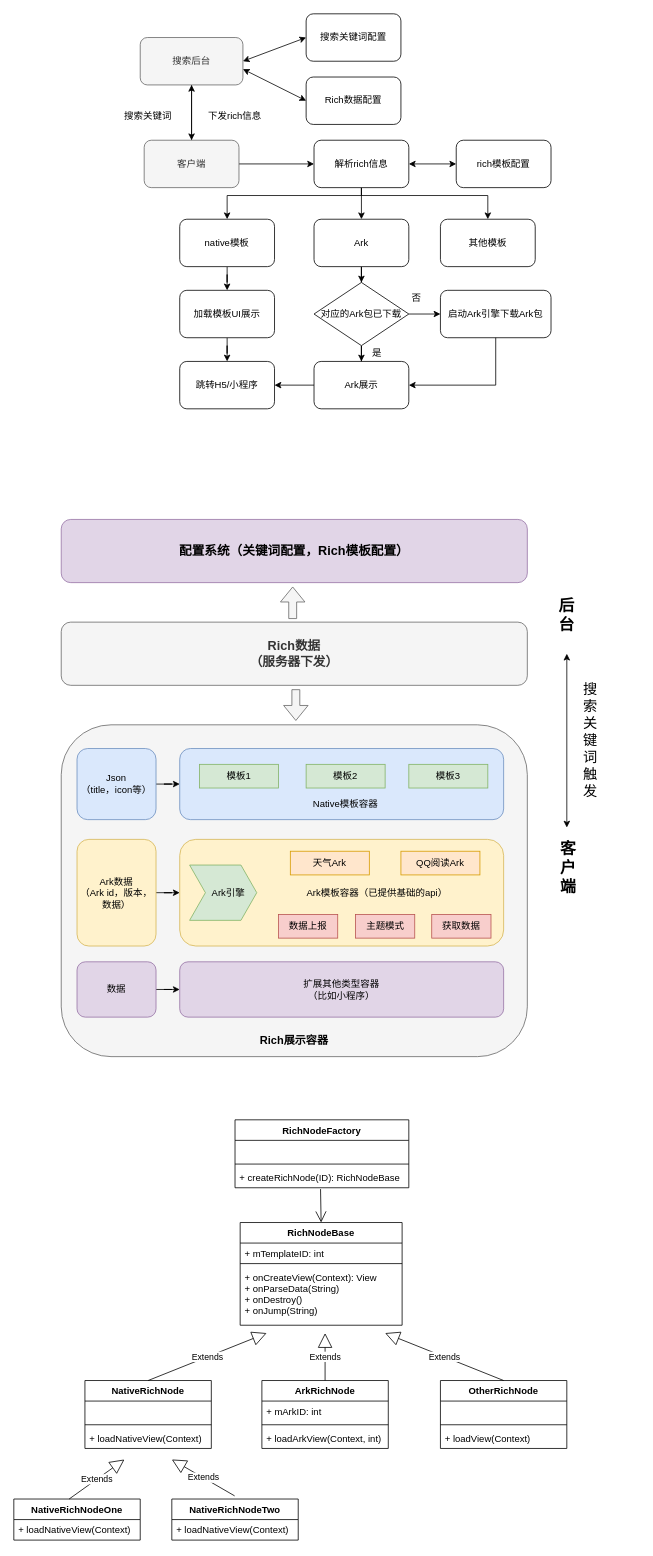
wind1096471134/Brainstorming keeps this draw.io diagram as page "Ark" (3 of 3) of t3.drawio. Above is the earlier version. Source tidied: cells renumbered, new cells numbered last; positions are measured from the earlier drawing's top-left corner, leaving out a move shared by most shapes. Both pictures are drawn from the tidied source at 79%, with x=0, y=0 at pixel (13, 13).
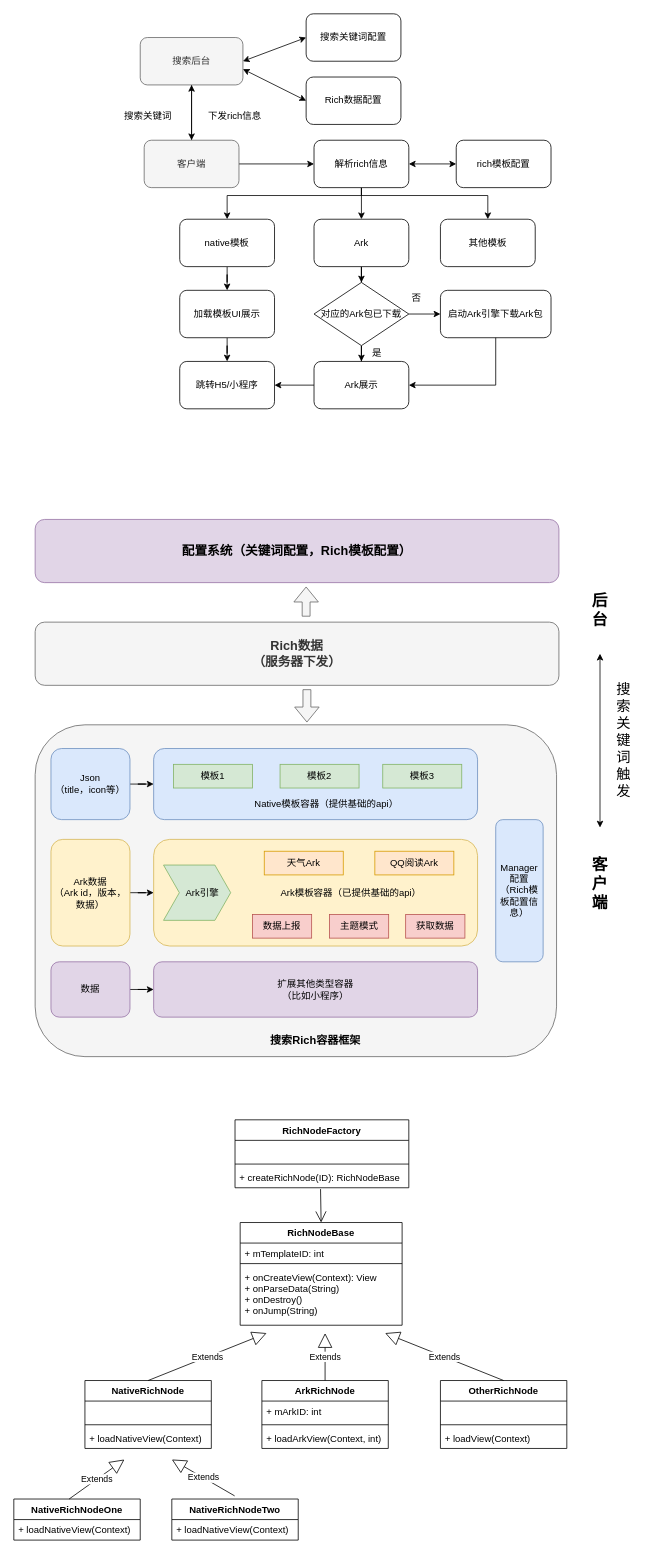
The same diagram, later.

What changed in the source:
```diff
@@
     <mxCell id="34" style="rounded=1;whiteSpace=wrap;html=1;fillColor=#f5f5f5;strokeColor=#666666;fontColor=#333333;" parent="1" vertex="1">
-      <mxGeometry x="60" y="900" width="590" height="420" as="geometry" />
+      <mxGeometry x="27" y="900" width="660" height="420" as="geometry" />
     </mxCell>
-    <mxCell id="35" value="&lt;font style=&quot;font-size: 14px&quot;&gt;&lt;b&gt;Rich展示容器&lt;/b&gt;&lt;/font&gt;" style="text;html=1;strokeColor=none;fillColor=none;align=center;verticalAlign=middle;whiteSpace=wrap;rounded=0;" parent="1" vertex="1">
-      <mxGeometry x="290" y="1290" width="130" height="20" as="geometry" />
+    <mxCell id="35" value="&lt;font style=&quot;font-size: 14px&quot;&gt;&lt;b&gt;搜索Rich容器框架&lt;/b&gt;&lt;/font&gt;" style="text;html=1;strokeColor=none;fillColor=none;align=center;verticalAlign=middle;whiteSpace=wrap;rounded=0;" parent="1" vertex="1">
+      <mxGeometry x="317" y="1290" width="130" height="20" as="geometry" />
     </mxCell>
     <mxCell id="36" style="rounded=1;whiteSpace=wrap;html=1;fillColor=#dae8fc;strokeColor=#6c8ebf;" parent="1" vertex="1">
-      <mxGeometry x="210" y="930" width="410" height="90" as="geometry" />
+      <mxGeometry x="177" y="930" width="410" height="90" as="geometry" />
     </mxCell>
-    <mxCell id="37" value="Native模板容器" style="text;html=1;strokeColor=none;fillColor=none;align=center;verticalAlign=middle;whiteSpace=wrap;rounded=0;" parent="1" vertex="1">
-      <mxGeometry x="360" y="990" width="120" height="20" as="geometry" />
+    <mxCell id="37" value="Native模板容器（提供基础的api）" style="text;html=1;strokeColor=none;fillColor=none;align=center;verticalAlign=middle;whiteSpace=wrap;rounded=0;" parent="1" vertex="1">
+      <mxGeometry x="296" y="990" width="200" height="20" as="geometry" />
     </mxCell>
     <mxCell id="38" value="模板1" style="rounded=0;whiteSpace=wrap;html=1;fillColor=#d5e8d4;strokeColor=#82b366;" parent="1" vertex="1">
-      <mxGeometry x="235" y="950" width="100" height="30" as="geometry" />
+      <mxGeometry x="202" y="950" width="100" height="30" as="geometry" />
     </mxCell>
     <mxCell id="39" value="模板2" style="rounded=0;whiteSpace=wrap;html=1;fillColor=#d5e8d4;strokeColor=#82b366;" parent="1" vertex="1">
-      <mxGeometry x="370" y="950" width="100" height="30" as="geometry" />
+      <mxGeometry x="337" y="950" width="100" height="30" as="geometry" />
     </mxCell>
     <mxCell id="40" value="模板3" style="rounded=0;whiteSpace=wrap;html=1;fillColor=#d5e8d4;strokeColor=#82b366;" parent="1" vertex="1">
-      <mxGeometry x="500" y="950" width="100" height="30" as="geometry" />
+      <mxGeometry x="467" y="950" width="100" height="30" as="geometry" />
     </mxCell>
     <mxCell id="41" style="rounded=1;whiteSpace=wrap;html=1;fillColor=#fff2cc;strokeColor=#d6b656;" parent="1" vertex="1">
-      <mxGeometry x="210" y="1045" width="410" height="135" as="geometry" />
+      <mxGeometry x="177" y="1045" width="410" height="135" as="geometry" />
     </mxCell>
     <mxCell id="42" value="Ark模板容器（已提供基础的api）" style="text;html=1;strokeColor=none;fillColor=none;align=center;verticalAlign=middle;whiteSpace=wrap;rounded=0;" parent="1" vertex="1">
-      <mxGeometry x="360" y="1102.5" width="200" height="20" as="geometry" />
+      <mxGeometry x="327" y="1102.5" width="200" height="20" as="geometry" />
     </mxCell>
     <mxCell id="43" value="天气Ark" style="rounded=0;whiteSpace=wrap;html=1;fillColor=#ffe6cc;strokeColor=#d79b00;" parent="1" vertex="1">
-      <mxGeometry x="350" y="1060" width="100" height="30" as="geometry" />
+      <mxGeometry x="317" y="1060" width="100" height="30" as="geometry" />
     </mxCell>
     <mxCell id="44" value="QQ阅读Ark" style="rounded=0;whiteSpace=wrap;html=1;fillColor=#ffe6cc;strokeColor=#d79b00;" parent="1" vertex="1">
-      <mxGeometry x="490" y="1060" width="100" height="30" as="geometry" />
+      <mxGeometry x="457" y="1060" width="100" height="30" as="geometry" />
     </mxCell>
     <mxCell id="45" value="&amp;nbsp; &amp;nbsp; Ark引擎" style="shape=step;perimeter=stepPerimeter;whiteSpace=wrap;html=1;fixedSize=1;fillColor=#d5e8d4;strokeColor=#82b366;" parent="1" vertex="1">
-      <mxGeometry x="222.5" y="1077.5" width="85" height="70" as="geometry" />
+      <mxGeometry x="189.5" y="1077.5" width="85" height="70" as="geometry" />
     </mxCell>
     <mxCell id="46" style="rounded=1;whiteSpace=wrap;html=1;fillColor=#e1d5e7;strokeColor=#9673a6;" parent="1" vertex="1">
-      <mxGeometry x="210" y="1200" width="410" height="70" as="geometry" />
+      <mxGeometry x="177" y="1200" width="410" height="70" as="geometry" />
     </mxCell>
     <mxCell id="47" value="扩展其他类型容器（比如小程序）" style="text;html=1;strokeColor=none;fillColor=none;align=center;verticalAlign=middle;whiteSpace=wrap;rounded=0;" parent="1" vertex="1">
-      <mxGeometry x="355" y="1225" width="120" height="20" as="geometry" />
+      <mxGeometry x="322" y="1225" width="120" height="20" as="geometry" />
     </mxCell>
@@
     <mxCell id="51" value="&lt;font style=&quot;font-size: 16px&quot;&gt;&lt;b&gt;Rich数据&lt;br&gt;（服务器下发）&lt;br&gt;&lt;/b&gt;&lt;/font&gt;" style="rounded=1;whiteSpace=wrap;html=1;fillColor=#f5f5f5;strokeColor=#666666;fontColor=#333333;" parent="1" vertex="1">
-      <mxGeometry x="60" y="770" width="590" height="80" as="geometry" />
+      <mxGeometry x="27" y="770" width="663" height="80" as="geometry" />
     </mxCell>
     <mxCell id="52" style="shape=flexArrow;endArrow=classic;html=1;fillColor=#f5f5f5;strokeColor=#666666;" parent="1" edge="1">
       <mxGeometry relative="1" as="geometry">
-        <mxPoint x="357" y="855" as="sourcePoint" />
-        <mxPoint x="357" y="895" as="targetPoint" />
+        <mxPoint x="371" y="855" as="sourcePoint" />
+        <mxPoint x="371" y="897" as="targetPoint" />
       </mxGeometry>
     </mxCell>
@@
     <mxCell id="54" value="Json&lt;br&gt;（title，icon等）" style="rounded=1;whiteSpace=wrap;html=1;fillColor=#dae8fc;strokeColor=#6c8ebf;" parent="1" vertex="1">
-      <mxGeometry x="80" y="930" width="100" height="90" as="geometry" />
+      <mxGeometry x="47" y="930" width="100" height="90" as="geometry" />
     </mxCell>
@@
     <mxCell id="56" value="Ark数据&lt;br&gt;（Ark id，版本，数据）" style="rounded=1;whiteSpace=wrap;html=1;fillColor=#fff2cc;strokeColor=#d6b656;" parent="1" vertex="1">
-      <mxGeometry x="80" y="1045" width="100" height="135" as="geometry" />
+      <mxGeometry x="47" y="1045" width="100" height="135" as="geometry" />
     </mxCell>
@@
     <mxCell id="58" value="数据" style="rounded=1;whiteSpace=wrap;html=1;fillColor=#e1d5e7;strokeColor=#9673a6;" parent="1" vertex="1">
-      <mxGeometry x="80" y="1200" width="100" height="70" as="geometry" />
+      <mxGeometry x="47" y="1200" width="100" height="70" as="geometry" />
     </mxCell>
     <mxCell id="59" value="数据上报" style="rounded=0;whiteSpace=wrap;html=1;fillColor=#f8cecc;strokeColor=#b85450;" parent="1" vertex="1">
-      <mxGeometry x="335" y="1140" width="75" height="30" as="geometry" />
+      <mxGeometry x="302" y="1140" width="75" height="30" as="geometry" />
     </mxCell>
     <mxCell id="60" value="主题模式" style="rounded=0;whiteSpace=wrap;html=1;fillColor=#f8cecc;strokeColor=#b85450;" parent="1" vertex="1">
-      <mxGeometry x="432.5" y="1140" width="75" height="30" as="geometry" />
+      <mxGeometry x="399.5" y="1140" width="75" height="30" as="geometry" />
     </mxCell>
     <mxCell id="61" value="获取数据" style="rounded=0;whiteSpace=wrap;html=1;fillColor=#f8cecc;strokeColor=#b85450;" parent="1" vertex="1">
-      <mxGeometry x="529" y="1140" width="75" height="30" as="geometry" />
+      <mxGeometry x="496" y="1140" width="75" height="30" as="geometry" />
     </mxCell>
@@
     <mxCell id="92" value="&lt;b&gt;&lt;font style=&quot;font-size: 16px&quot;&gt;配置系统（关键词配置，Rich模板配置）&lt;/font&gt;&lt;/b&gt;" style="rounded=1;whiteSpace=wrap;html=1;fillColor=#e1d5e7;strokeColor=#9673a6;" parent="1" vertex="1">
-      <mxGeometry x="60" y="640" width="590" height="80" as="geometry" />
+      <mxGeometry x="27" y="640" width="663" height="80" as="geometry" />
     </mxCell>
     <mxCell id="93" style="shape=flexArrow;endArrow=classic;html=1;fillColor=#f5f5f5;strokeColor=#666666;" parent="1" edge="1">
       <mxGeometry relative="1" as="geometry">
-        <mxPoint x="353" y="766" as="sourcePoint" />
-        <mxPoint x="353" y="725" as="targetPoint" />
+        <mxPoint x="370" y="763" as="sourcePoint" />
+        <mxPoint x="370" y="725" as="targetPoint" />
       </mxGeometry>
     </mxCell>
     <mxCell id="94" value="&lt;font style=&quot;font-size: 20px&quot;&gt;&lt;b&gt;客&lt;br&gt;户端&lt;br&gt;&lt;/b&gt;&lt;/font&gt;" style="text;html=1;strokeColor=none;fillColor=none;align=center;verticalAlign=middle;whiteSpace=wrap;rounded=0;" parent="1" vertex="1">
-      <mxGeometry x="682" y="1070" width="40" height="20" as="geometry" />
+      <mxGeometry x="722" y="1090" width="40" height="20" as="geometry" />
     </mxCell>
     <mxCell id="95" value="&lt;font style=&quot;font-size: 20px&quot;&gt;&lt;b&gt;后&lt;br&gt;台&lt;/b&gt;&lt;/font&gt;" style="text;html=1;strokeColor=none;fillColor=none;align=center;verticalAlign=middle;whiteSpace=wrap;rounded=0;" parent="1" vertex="1">
-      <mxGeometry x="680" y="750" width="40" height="20" as="geometry" />
+      <mxGeometry x="722" y="744" width="40" height="20" as="geometry" />
     </mxCell>
     <mxCell id="96" style="endArrow=classic;startArrow=classic;html=1;" parent="1" edge="1">
       <mxGeometry relative="1" as="geometry">
-        <mxPoint x="700" y="1030" as="sourcePoint" />
-        <mxPoint x="700" y="810" as="targetPoint" />
+        <mxPoint x="742" y="1030" as="sourcePoint" />
+        <mxPoint x="742" y="810" as="targetPoint" />
       </mxGeometry>
     </mxCell>
     <mxCell id="97" value="搜&lt;br style=&quot;font-size: 18px;&quot;&gt;索&lt;br style=&quot;font-size: 18px;&quot;&gt;关&lt;br style=&quot;font-size: 18px;&quot;&gt;键&lt;br style=&quot;font-size: 18px;&quot;&gt;词&lt;br style=&quot;font-size: 18px;&quot;&gt;触&lt;br style=&quot;font-size: 18px;&quot;&gt;发" style="text;html=1;strokeColor=none;fillColor=none;align=center;verticalAlign=middle;whiteSpace=wrap;rounded=0;fontSize=18;" parent="1" vertex="1">
-      <mxGeometry x="710" y="910" width="40" height="20" as="geometry" />
+      <mxGeometry x="752" y="910" width="40" height="20" as="geometry" />
     </mxCell>
+    <mxCell id="98" value="Manager配置&lt;br&gt;（Rich模板配置信息）" style="rounded=1;whiteSpace=wrap;html=1;fillColor=#dae8fc;strokeColor=#6c8ebf;" parent="1" vertex="1">
+      <mxGeometry x="610" y="1020" width="60" height="180" as="geometry" />
+    </mxCell>
```
